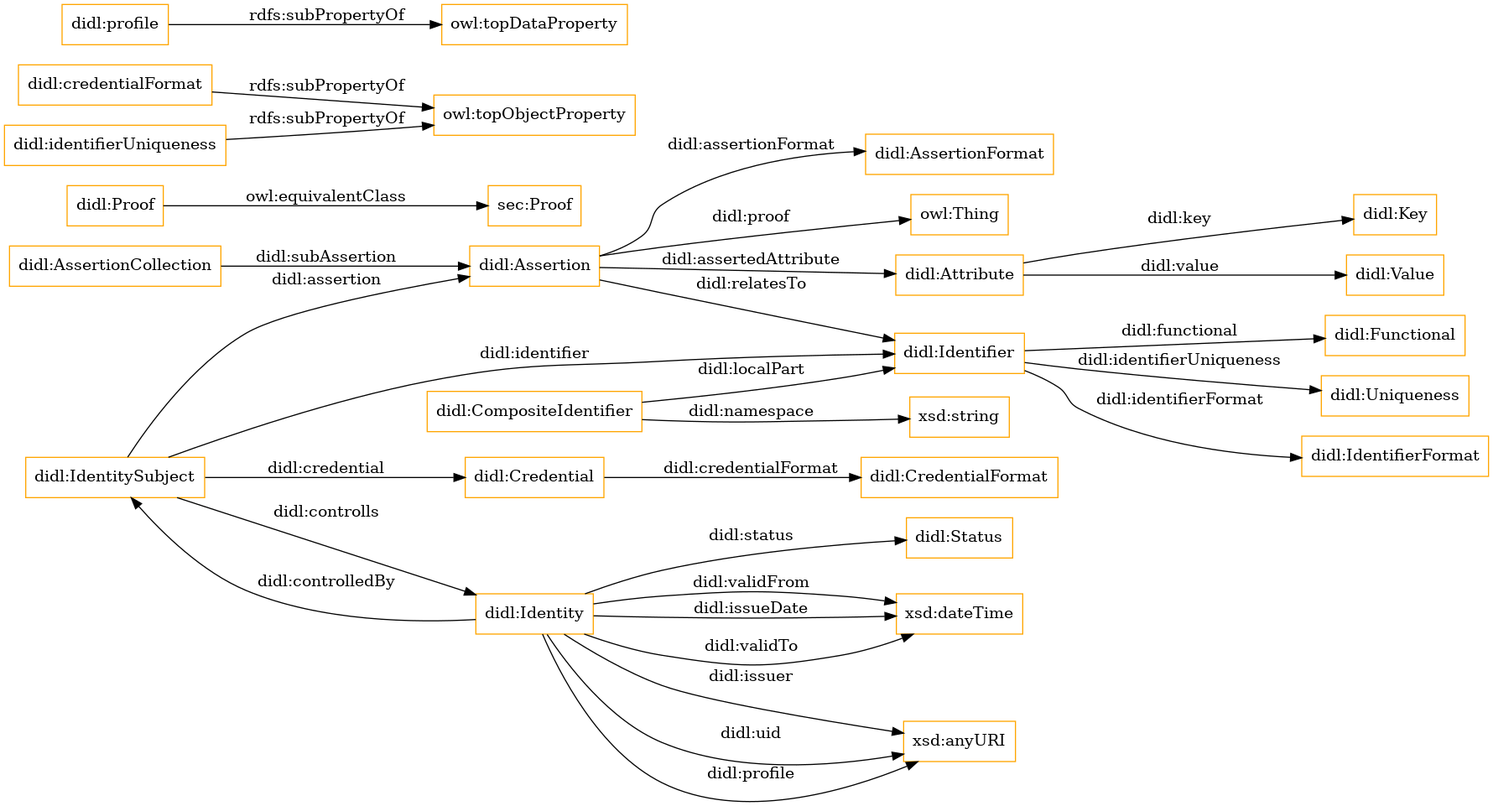
This is OnToology/didl.ttl/diagrams/ar2dtool-class/didl.ttl.png from jiahang-chen/didl, a Graphviz export, as it was before one commit. Its source is kept beside it as OnToology/didl.ttl/diagrams/ar2dtool-class/didl.ttl.png.dot.
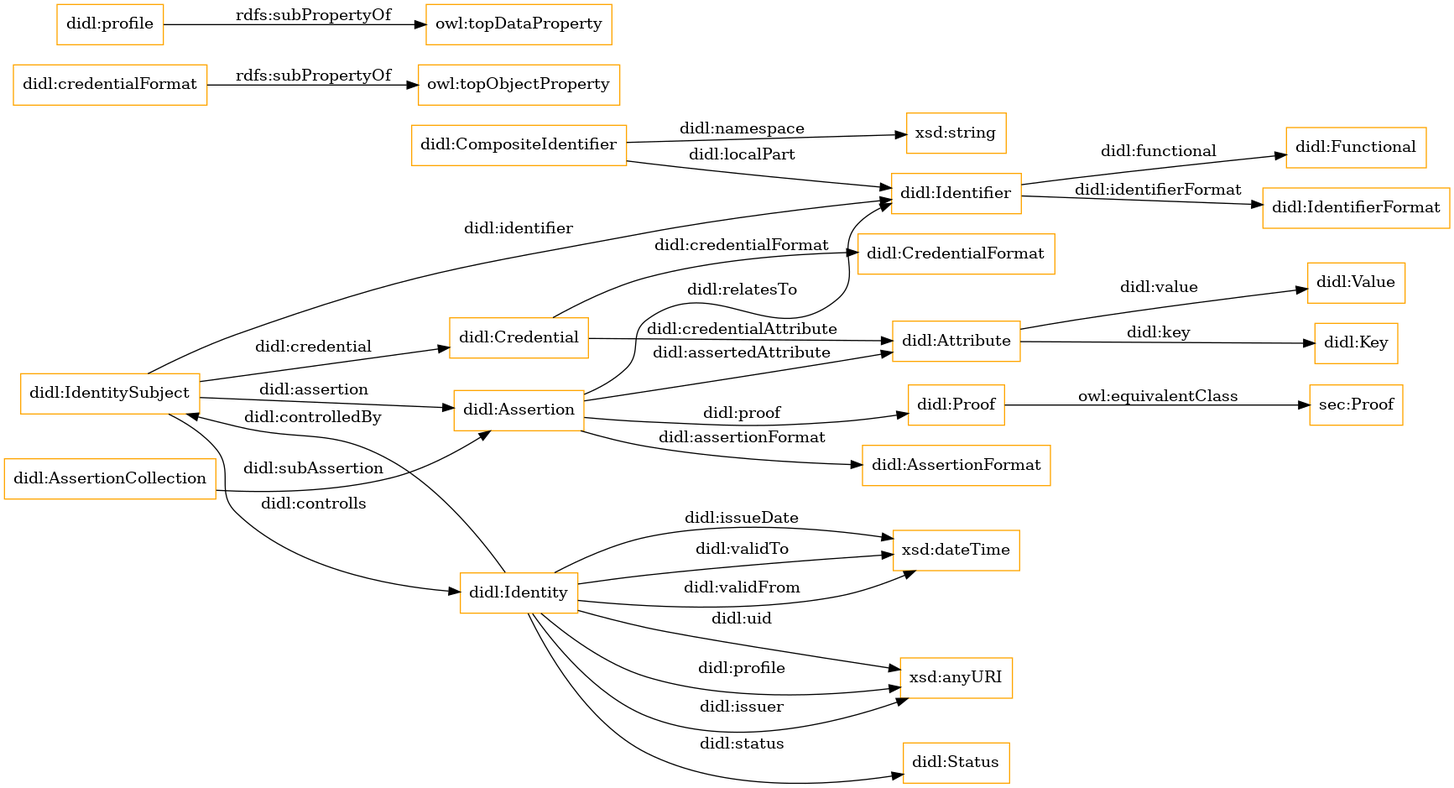
Later version of the same file.

The edit, as a diff of the source:
```diff
@@ -1,10 +1,9 @@
 digraph ar2dtool_diagram {
 rankdir=LR;
 size="1501"
-node [shape = rectangle, color="orange"]; "didl:Attribute" "didl:CompositeIdentifier" "didl:AssertionFormat" "didl:Uniqueness" "didl:Status" "sec:Proof" "didl:IdentifierFormat" "didl:Assertion" "didl:Key" "didl:Identity" "didl:Credential" "didl:CredentialFormat" "didl:IdentitySubject" "didl:Functional" "didl:Value" "didl:Proof" "didl:AssertionCollection" "didl:Identifier" ; /*classes style*/
+node [shape = rectangle, color="orange"]; "didl:Attribute" "didl:CompositeIdentifier" "didl:AssertionFormat" "didl:Status" "sec:Proof" "didl:IdentifierFormat" "didl:Assertion" "didl:Key" "didl:Identity" "didl:Credential" "didl:CredentialFormat" "didl:IdentitySubject" "didl:Functional" "didl:Value" "didl:Proof" "didl:AssertionCollection" "didl:Identifier" ; /*classes style*/
 	"didl:credentialFormat" -> "owl:topObjectProperty" [ label = "rdfs:subPropertyOf" ];
 	"didl:Proof" -> "sec:Proof" [ label = "owl:equivalentClass" ];
-	"didl:identifierUniqueness" -> "owl:topObjectProperty" [ label = "rdfs:subPropertyOf" ];
 	"didl:profile" -> "owl:topDataProperty" [ label = "rdfs:subPropertyOf" ];
 	"didl:Assertion" -> "didl:Attribute" [ label = "didl:assertedAttribute" ];
 	"didl:AssertionCollection" -> "didl:Assertion" [ label = "didl:subAssertion" ];
@@ -17,6 +16,7 @@
 	"didl:CompositeIdentifier" -> "xsd:string" [ label = "didl:namespace" ];
 	"didl:Identity" -> "xsd:anyURI" [ label = "didl:profile" ];
 	"didl:Identifier" -> "didl:IdentifierFormat" [ label = "didl:identifierFormat" ];
+	"didl:Credential" -> "didl:Attribute" [ label = "didl:credentialAttribute" ];
 	"didl:Identity" -> "xsd:dateTime" [ label = "didl:validFrom" ];
 	"didl:Identifier" -> "didl:Functional" [ label = "didl:functional" ];
 	"didl:Assertion" -> "didl:AssertionFormat" [ label = "didl:assertionFormat" ];
@@ -27,9 +27,8 @@
 	"didl:Credential" -> "didl:CredentialFormat" [ label = "didl:credentialFormat" ];
 	"didl:Identity" -> "didl:IdentitySubject" [ label = "didl:controlledBy" ];
 	"didl:CompositeIdentifier" -> "didl:Identifier" [ label = "didl:localPart" ];
-	"didl:Identifier" -> "didl:Uniqueness" [ label = "didl:identifierUniqueness" ];
 	"didl:IdentitySubject" -> "didl:Credential" [ label = "didl:credential" ];
-	"didl:Assertion" -> "owl:Thing" [ label = "didl:proof" ];
+	"didl:Assertion" -> "didl:Proof" [ label = "didl:proof" ];
 	"didl:Identity" -> "xsd:anyURI" [ label = "didl:uid" ];
 
 }
```
